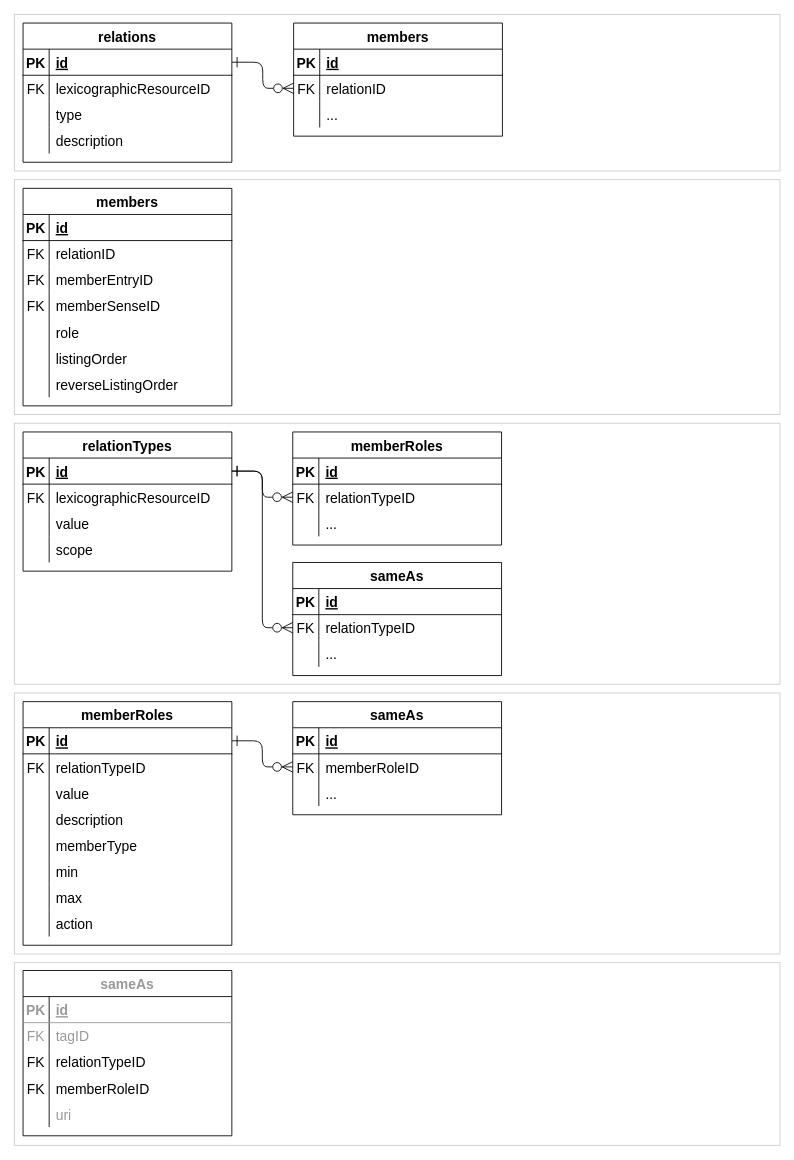
The draw.io diagram dmlex-v1.0/specification/modules/linking/databaseDiagrams/diagrams.drawio in oasis-tcs/lexidma, before the edit. Source tidied: cells renumbered, new cells numbered last; positions are measured from the earlier drawing's top-left corner, leaving out a move shared by most shapes. Both pictures are drawn from the tidied source at 87%, with x=0, y=0 at pixel (14, 14).
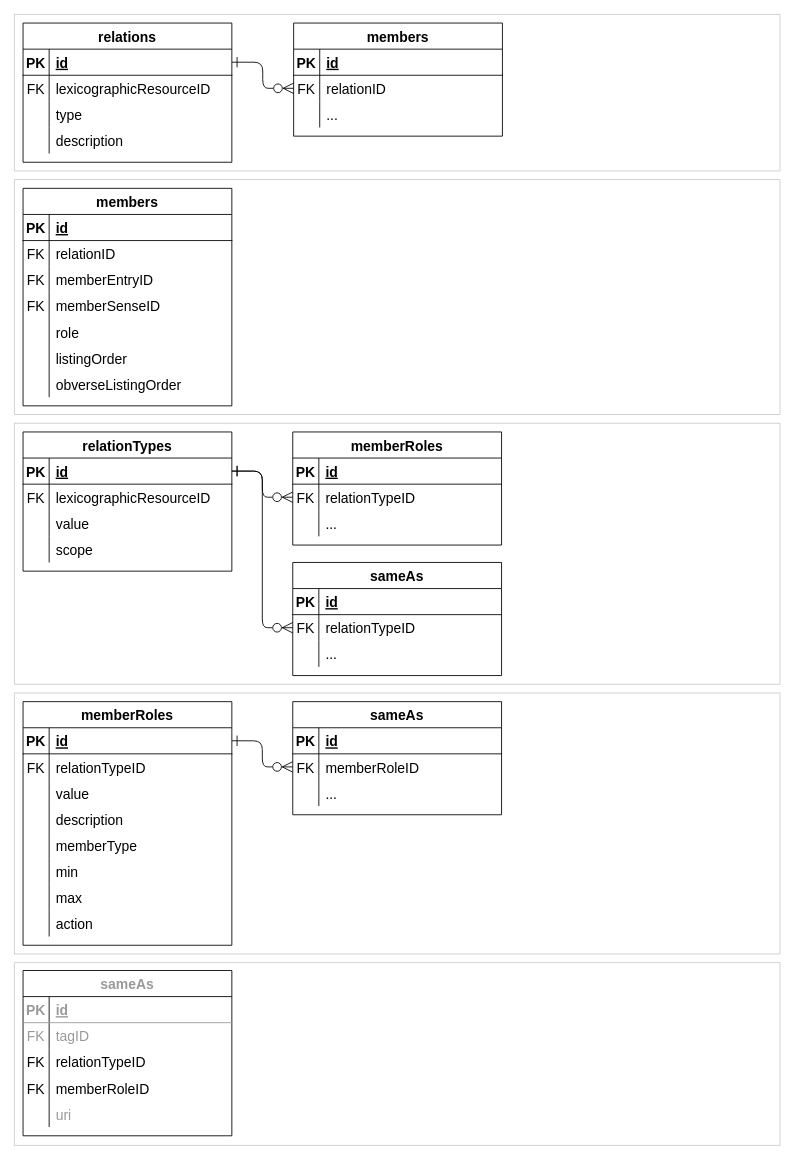
After the change.

The change refers to these unchanged cells:
```xml
<mxCell id="48" style="shape=tableRow;horizontal=0;startSize=0;swimlaneHead=0;swimlaneBody=0;fillColor=none;top=0;left=0;right=0;bottom=0;fontSize=16;" parent="29" vertex="1">
  <mxGeometry y="210" width="240" height="30" as="geometry" />
</mxCell>
```

What changed in the source:
```diff
@@
-    <mxCell id="50" value="reverseListingOrder" style="shape=partialRectangle;fillColor=none;top=0;left=0;bottom=0;right=0;align=left;spacingLeft=6;overflow=hidden;fontSize=16;" parent="48" vertex="1">
+    <mxCell id="50" value="obverseListingOrder" style="shape=partialRectangle;fillColor=none;top=0;left=0;bottom=0;right=0;align=left;spacingLeft=6;overflow=hidden;fontSize=16;" parent="48" vertex="1">
       <mxGeometry x="30" width="210" height="30" as="geometry" />
     </mxCell>
```
